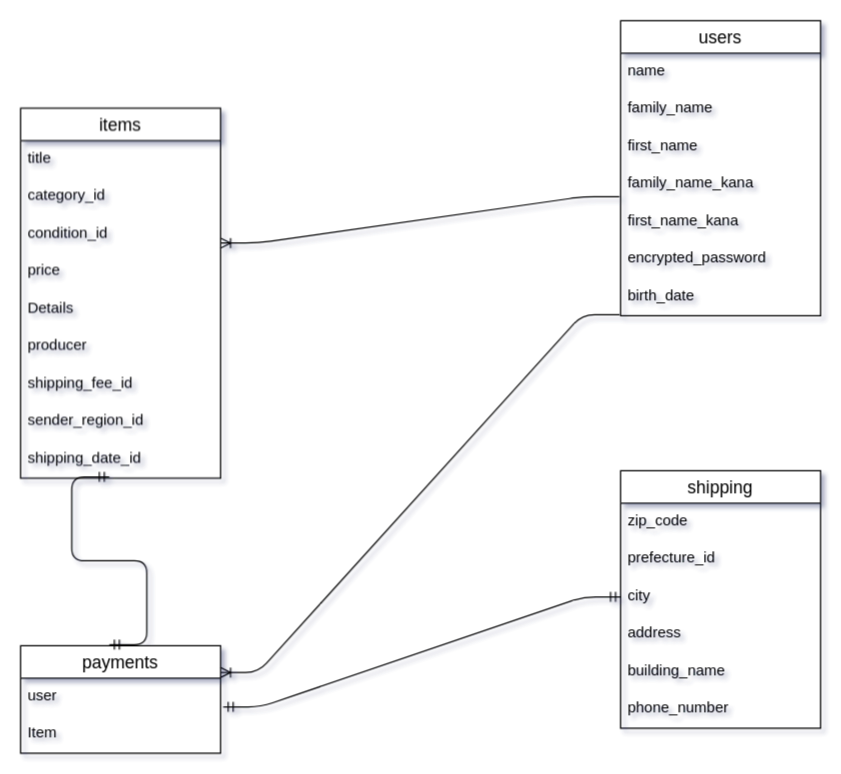
shohei-fujiwara03/furima-34435 keeps this draw.io diagram as furima-34435.dio. Above is the earlier version. Source tidied: cells renumbered, new cells numbered last; positions are measured from the earlier drawing's top-left corner, leaving out a move shared by most shapes. Both pictures are drawn from the tidied source at 125%, with x=0, y=0 at pixel (20, 20).
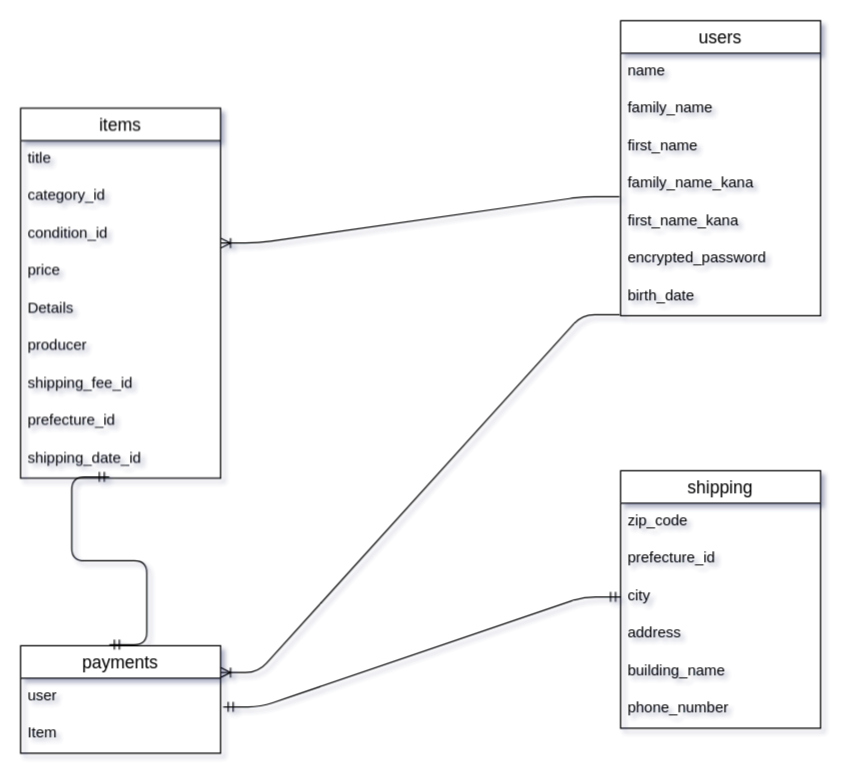
The same diagram, later.

Commit message (it also covers changes not shown here):
ER図、READMEの修正(3)

The change refers to these unchanged cells:
```xml
<mxCell id="2" value="items" style="swimlane;fontStyle=0;horizontal=1;startSize=26;align=center;fontSize=14;" parent="1" vertex="1">
  <mxGeometry y="70" width="160" height="296" as="geometry" />
</mxCell>
```

What changed in the source:
```diff
@@
-    <mxCell id="10" value="sender_region_id" style="text;strokeColor=none;fillColor=none;spacingLeft=4;spacingRight=4;overflow=hidden;fontSize=12;" parent="2" vertex="1">
+    <mxCell id="10" value="prefecture_id" style="text;strokeColor=none;fillColor=none;spacingLeft=4;spacingRight=4;overflow=hidden;fontSize=12;" parent="2" vertex="1">
       <mxGeometry y="236" width="160" height="30" as="geometry" />
     </mxCell>
```
